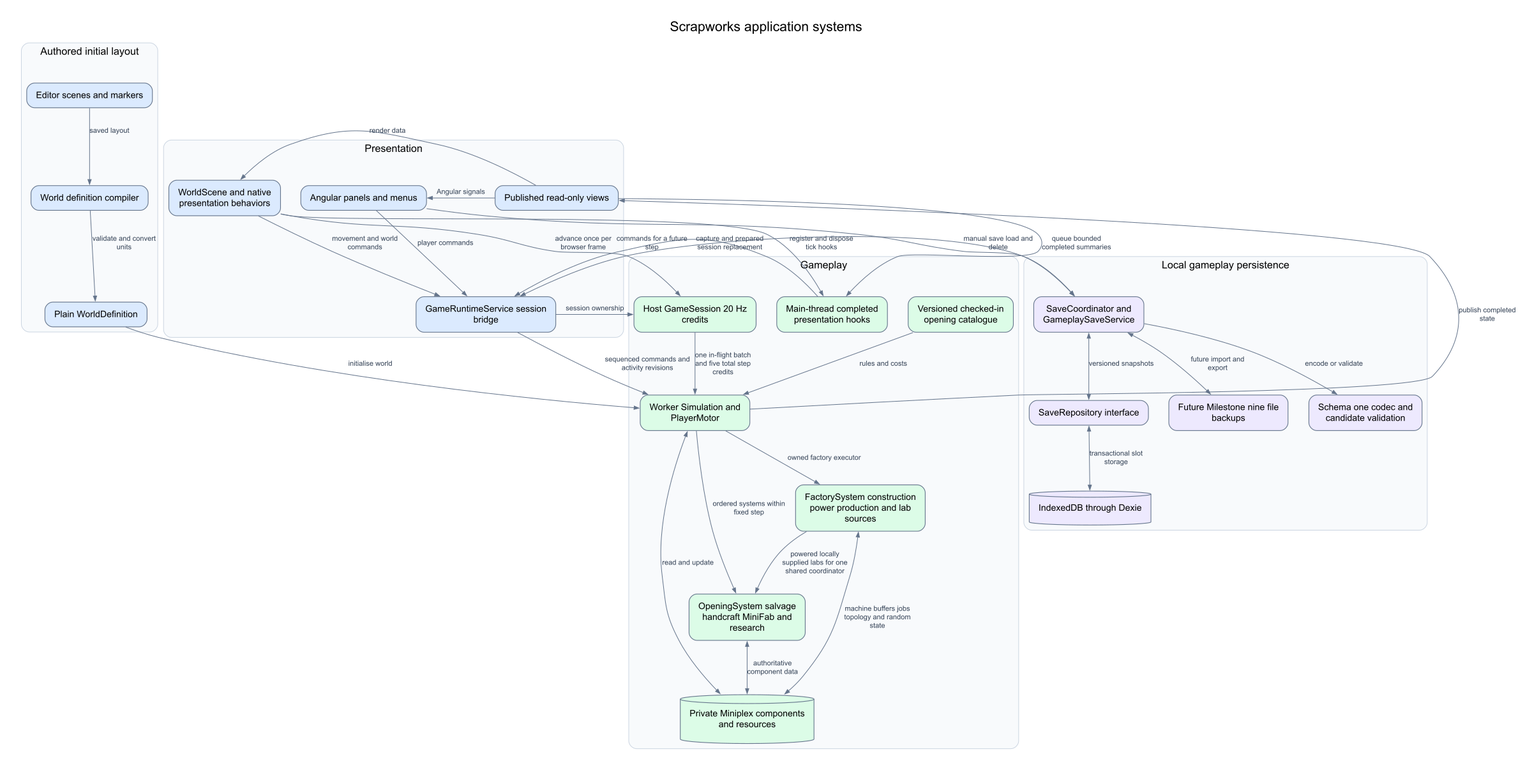
This is docs/diagrams/system-interactions.png from Googlproxer/Scrapworks, a Mermaid export, as it was before one commit. Its source is kept beside it as docs/diagrams/src/system-interactions.mmd. The source it was exported from:
```mermaid
flowchart TB
    subgraph Authoring[Authored initial layout]
        Editor[Editor scenes and markers]
        Compiler[World definition compiler]
        Definition[Plain WorldDefinition]
    end

    subgraph Presentation[Presentation]
        UI[Angular panels and menus]
        Scene[WorldScene and native presentation behaviors]
        Facade[GameRuntimeService session bridge]
        Views[Published read-only views]
    end

    subgraph Gameplay[Gameplay]
        Loop[Host GameSession 20 Hz credits]
        Hooks[Main-thread completed presentation hooks]
        Sim[Worker Simulation and PlayerMotor]
        State[(Private Miniplex components and resources)]
        Content[Versioned checked-in opening catalogue]
        ECS[OpeningSystem salvage handcraft MiniFab and research]
        Factory[FactorySystem construction power production and lab sources]
    end

    subgraph Persistence[Local gameplay persistence]
        Saves[SaveCoordinator and GameplaySaveService]
        Codec[Schema one codec and candidate validation]
        Repository[SaveRepository interface]
        Local[(IndexedDB through Dexie)]
        Files[Future Milestone nine file backups]
    end

    Editor -->|saved layout| Compiler
    Compiler -->|validate and convert units| Definition
    Definition -->|initialise world| Sim
    UI -->|player commands| Facade
    Scene -->|movement and world commands| Facade
    Facade -->|sequenced commands and activity revisions| Sim
    Scene -->|advance once per browser frame| Loop
    Facade -->|session ownership| Loop
    Scene -->|register and dispose tick hooks| Hooks
    Views -->|queue bounded completed summaries| Hooks
    Hooks -->|commands for a future step| Facade
    Loop -->|one in-flight batch and five total step credits| Sim
    Sim -->|ordered systems within fixed step| ECS
    Sim -->|owned factory executor| Factory
    Factory <-->|machine buffers jobs topology and random state| State
    Factory -->|powered locally supplied labs for one shared coordinator| ECS
    ECS <-->|authoritative component data| State
    Content -->|rules and costs| Sim
    Sim <-->|read and update| State
    Sim -->|publish completed state| Views
    Views -->|Angular signals| UI
    Views -->|render data| Scene
    UI -->|manual save load and delete| Saves
    Saves <-->|capture and prepared session replacement| Facade
    Saves -->|encode or validate| Codec
    Saves <-->|versioned snapshots| Repository
    Repository <-->|transactional slot storage| Local
    Saves <-->|future import and export| Files
```
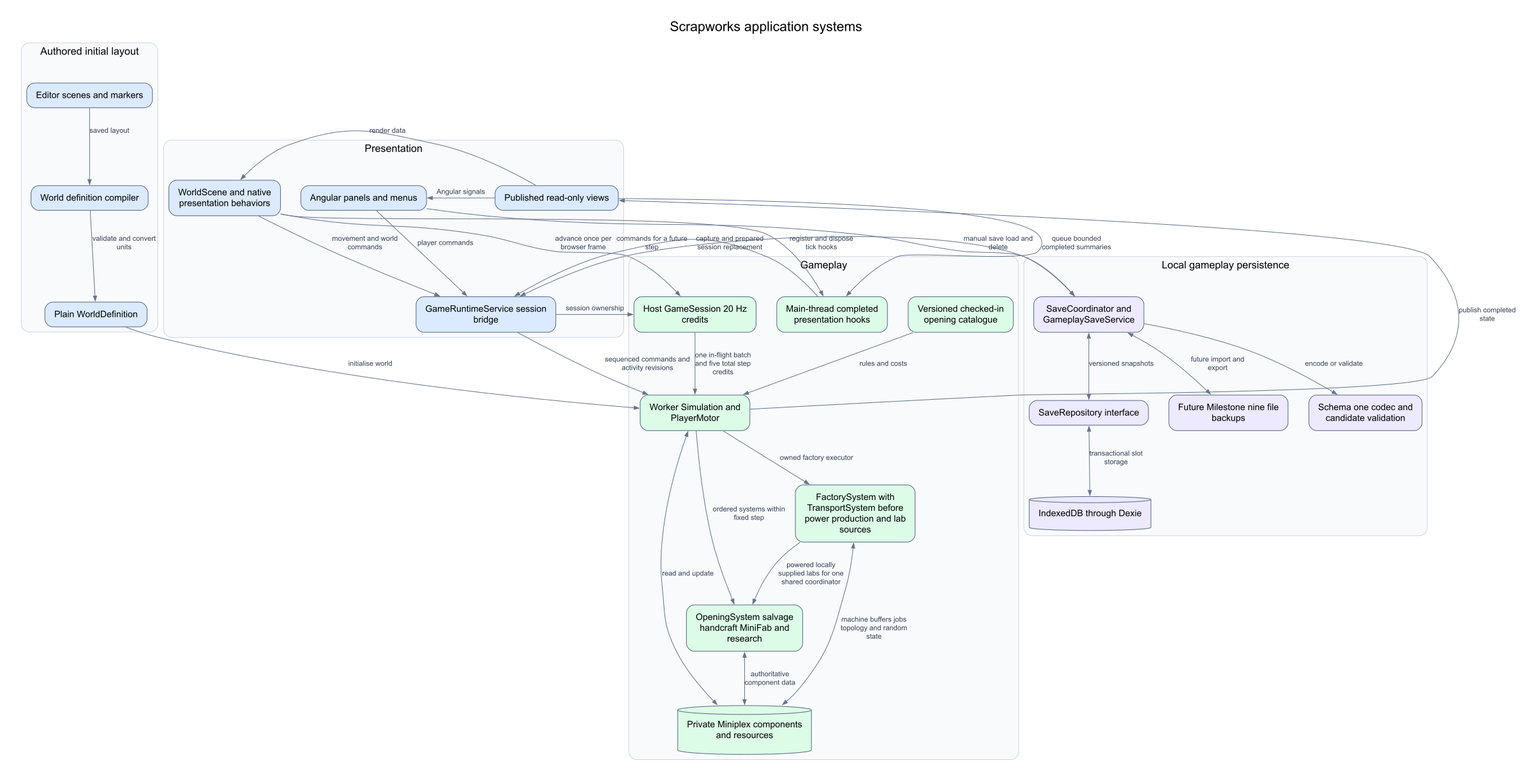
The same diagram one commit later.

The edit, as a diff of the source:
```diff
@@ -19,7 +19,7 @@
         State[(Private Miniplex components and resources)]
         Content[Versioned checked-in opening catalogue]
         ECS[OpeningSystem salvage handcraft MiniFab and research]
-        Factory[FactorySystem construction power production and lab sources]
+        Factory[FactorySystem with TransportSystem before power production and lab sources]
     end
 
     subgraph Persistence[Local gameplay persistence]
```
